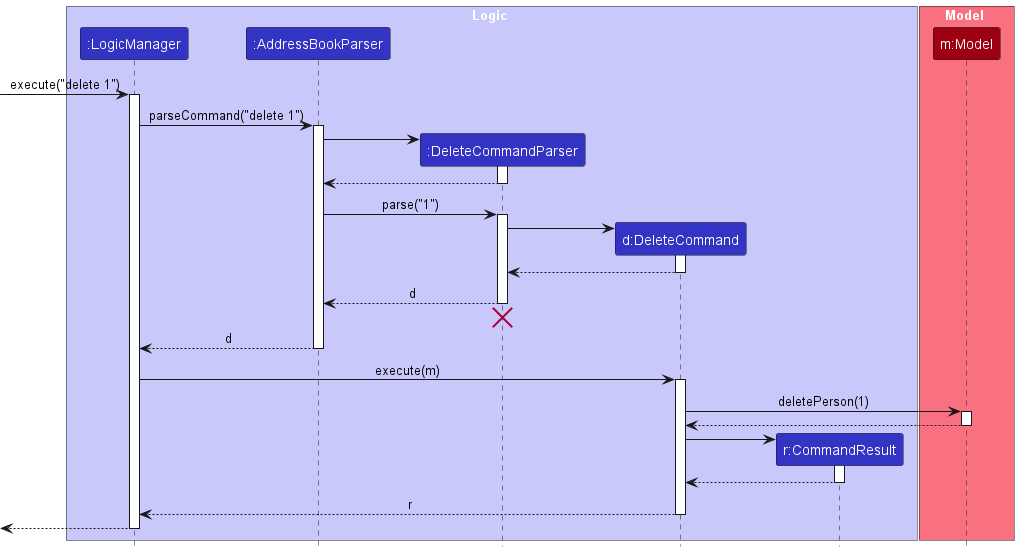
The PlantUML diagram docs/images/DeleteSequenceDiagram.png in nus-cs2103-AY2425S1/tp, before a commit.
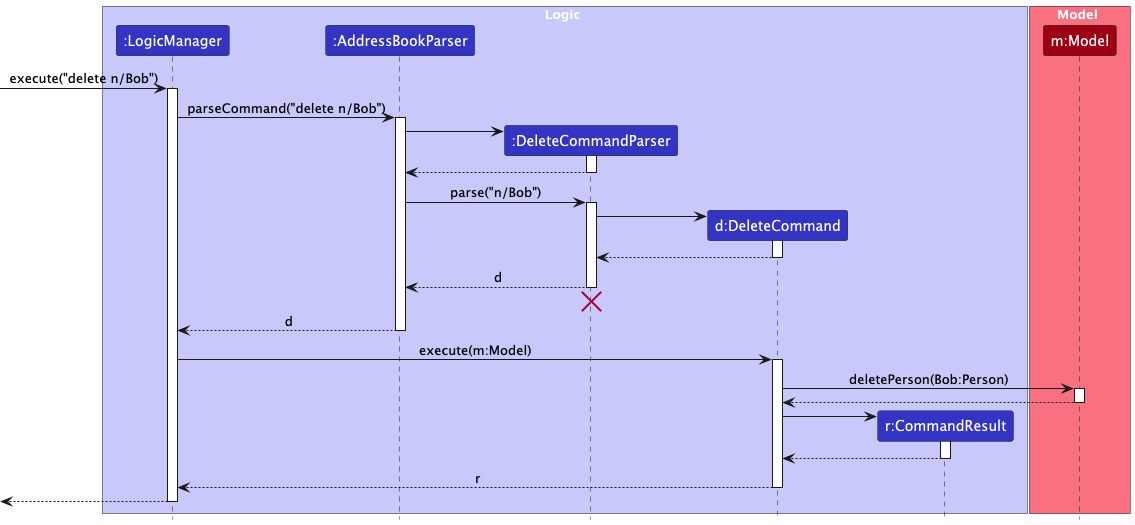
Later version of the same file.

Commit message:
Update UML Diagrams, and edit ChatWindow and the respective test

What changed in the source:
```diff
@@ -14,10 +14,10 @@
 participant "m:Model" as Model MODEL_COLOR
 end box
 
-[-> LogicManager : execute("delete 1")
+[-> LogicManager : execute("delete n/Bob")
 activate LogicManager
 
-LogicManager -> AddressBookParser : parseCommand("delete 1")
+LogicManager -> AddressBookParser : parseCommand("delete n/Bob")
 activate AddressBookParser
 
 create DeleteCommandParser
@@ -27,7 +27,7 @@
 DeleteCommandParser --> AddressBookParser
 deactivate DeleteCommandParser
 
-AddressBookParser -> DeleteCommandParser : parse("1")
+AddressBookParser -> DeleteCommandParser : parse("n/Bob")
 activate DeleteCommandParser
 
 create DeleteCommand
@@ -45,10 +45,10 @@
 AddressBookParser --> LogicManager : d
 deactivate AddressBookParser
 
-LogicManager -> DeleteCommand : execute(m)
+LogicManager -> DeleteCommand : execute(m:Model)
 activate DeleteCommand
 
-DeleteCommand -> Model : deletePerson(1)
+DeleteCommand -> Model : deletePerson(Bob:Person)
 activate Model
 
 Model --> DeleteCommand
```
